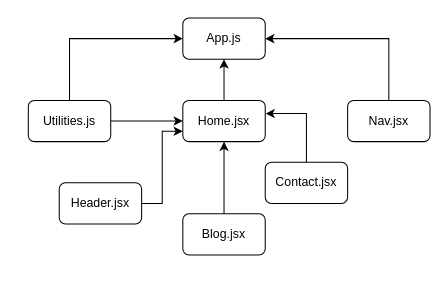
Earlier version of the draw.io diagram webpack/Untitled Diagram.drawio (nis6/Diagrams). Source tidied: cells renumbered, new cells numbered last; positions are measured from the earlier drawing's top-left corner, leaving out a move shared by most shapes. Both pictures are drawn from the tidied source at 103%, with x=0, y=0 at pixel (28, 18).
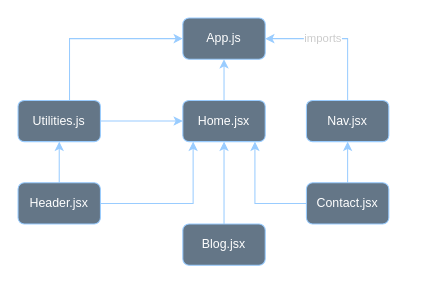
The same page after the edit.

Change to the diagram source:
```diff
@@
-    <mxCell id="2" style="edgeStyle=orthogonalEdgeStyle;rounded=0;jettySize=auto;html=1;entryX=0;entryY=0.5;entryDx=0;entryDy=0;" parent="1" edge="1" source="7" target="5">
+    <mxCell id="2" style="edgeStyle=orthogonalEdgeStyle;rounded=0;jettySize=auto;html=1;entryX=0;entryY=0.5;entryDx=0;entryDy=0;strokeColor=#99CCFF;fontColor=#5C5C5C;fillColor=#647687;" parent="1" edge="1" source="7" target="5">
       <mxGeometry relative="1" as="geometry">
         <Array as="points">
           <mxPoint x="40" y="20" />
         </Array>
       </mxGeometry>
     </mxCell>
-    <mxCell id="3" style="edgeStyle=orthogonalEdgeStyle;rounded=0;jettySize=auto;html=1;" parent="1" edge="1" source="9" target="5">
+    <mxCell id="3" style="edgeStyle=orthogonalEdgeStyle;rounded=0;jettySize=auto;html=1;strokeColor=#99CCFF;fontColor=#5C5C5C;fillColor=#647687;" parent="1" edge="1" source="9" target="5">
       <mxGeometry relative="1" as="geometry" />
     </mxCell>
-    <mxCell id="4" style="edgeStyle=orthogonalEdgeStyle;rounded=0;jettySize=auto;html=1;" parent="1" edge="1" source="10" target="5">
+    <mxCell id="4" style="edgeStyle=orthogonalEdgeStyle;rounded=0;jettySize=auto;html=1;strokeColor=#99CCFF;fontColor=#5C5C5C;fillColor=#647687;" parent="1" edge="1" source="10" target="5">
       <mxGeometry relative="1" as="geometry">
         <Array as="points">
-          <mxPoint x="350" y="20" />
+          <mxPoint x="310" y="20" />
         </Array>
       </mxGeometry>
     </mxCell>
+    <mxCell id="16" value="imports" style="edgeLabel;html=1;align=center;verticalAlign=middle;fontColor=#CCCCCC;" parent="4" vertex="1">
+      <mxGeometry x="0.22" y="-1" relative="1" as="geometry" />
+    </mxCell>
-    <mxCell id="5" value="App.js" style="rounded=1;whiteSpace=wrap;html=1;" parent="1" vertex="1">
+    <mxCell id="5" value="App.js" style="rounded=1;whiteSpace=wrap;html=1;fillColor=#647687;strokeColor=#99CCFF;fontColor=#ffffff;" parent="1" vertex="1">
       <mxGeometry x="150" width="80" height="40" as="geometry" />
     </mxCell>
-    <mxCell id="6" style="edgeStyle=orthogonalEdgeStyle;rounded=0;jettySize=auto;html=1;" parent="1" edge="1" source="7" target="9">
+    <mxCell id="6" style="edgeStyle=orthogonalEdgeStyle;rounded=0;jettySize=auto;html=1;strokeColor=#99CCFF;fontColor=#5C5C5C;fillColor=#647687;" parent="1" edge="1" source="7" target="9">
       <mxGeometry relative="1" as="geometry" />
     </mxCell>
-    <mxCell id="7" value="Utilities.js" style="whiteSpace=wrap;html=1;rounded=1;" parent="1" vertex="1">
-      <mxGeometry y="80" width="80" height="40" as="geometry" />
+    <mxCell id="7" value="Utilities.js" style="whiteSpace=wrap;html=1;rounded=1;fillColor=#647687;strokeColor=#99CCFF;fontColor=#ffffff;" parent="1" vertex="1">
+      <mxGeometry x="-10" y="80" width="80" height="40" as="geometry" />
     </mxCell>
-    <mxCell id="8" style="edgeStyle=orthogonalEdgeStyle;rounded=0;jettySize=auto;html=1;" parent="1" edge="1" source="11" target="9">
+    <mxCell id="8" style="edgeStyle=orthogonalEdgeStyle;rounded=0;jettySize=auto;html=1;strokeColor=#99CCFF;fontColor=#5C5C5C;fillColor=#647687;" parent="1" edge="1" source="11" target="9">
       <mxGeometry relative="1" as="geometry" />
     </mxCell>
-    <mxCell id="9" value="Home.jsx" style="whiteSpace=wrap;html=1;rounded=1;" parent="1" vertex="1">
+    <mxCell id="9" value="Home.jsx" style="whiteSpace=wrap;html=1;rounded=1;fillColor=#647687;strokeColor=#99CCFF;fontColor=#ffffff;" parent="1" vertex="1">
       <mxGeometry x="150" y="80" width="80" height="40" as="geometry" />
     </mxCell>
-    <mxCell id="10" value="Nav.jsx" style="whiteSpace=wrap;html=1;rounded=1;" parent="1" vertex="1">
-      <mxGeometry x="310" y="80" width="80" height="40" as="geometry" />
+    <mxCell id="10" value="Nav.jsx" style="whiteSpace=wrap;html=1;rounded=1;fillColor=#647687;strokeColor=#99CCFF;fontColor=#ffffff;" parent="1" vertex="1">
+      <mxGeometry x="270" y="80" width="80" height="40" as="geometry" />
     </mxCell>
-    <mxCell id="11" value="Blog.jsx" style="rounded=1;whiteSpace=wrap;html=1;" parent="1" vertex="1">
-      <mxGeometry x="150" y="190" width="80" height="40" as="geometry" />
+    <mxCell id="11" value="Blog.jsx" style="rounded=1;whiteSpace=wrap;html=1;fillColor=#647687;strokeColor=#99CCFF;fontColor=#ffffff;" parent="1" vertex="1">
+      <mxGeometry x="150" y="200" width="80" height="40" as="geometry" />
     </mxCell>
-    <mxCell id="12" style="edgeStyle=orthogonalEdgeStyle;rounded=0;jettySize=auto;html=1;entryX=1.004;entryY=0.32;entryDx=0;entryDy=0;entryPerimeter=0;" parent="1" edge="1" source="13" target="9">
-      <mxGeometry relative="1" as="geometry" />
+    <mxCell id="12" style="edgeStyle=orthogonalEdgeStyle;rounded=0;jettySize=auto;html=1;strokeColor=#99CCFF;fontColor=#5C5C5C;fillColor=#647687;exitX=0;exitY=0.5;exitDx=0;exitDy=0;" parent="1" edge="1" source="13">
+      <mxGeometry relative="1" as="geometry">
+        <mxPoint x="220" y="120" as="targetPoint" />
+        <Array as="points">
+          <mxPoint x="220" y="180" />
+        </Array>
+      </mxGeometry>
     </mxCell>
+    <mxCell id="17" style="edgeStyle=orthogonalEdgeStyle;curved=0;rounded=1;sketch=0;jettySize=auto;html=1;fontColor=#CCCCCC;strokeColor=#99CCFF;fillColor=#21C0A5;" parent="1" edge="1" source="13" target="10">
+      <mxGeometry relative="1" as="geometry" />
+    </mxCell>
-    <mxCell id="13" value="Contact.jsx" style="rounded=1;whiteSpace=wrap;html=1;" parent="1" vertex="1">
-      <mxGeometry x="230" y="140" width="80" height="40" as="geometry" />
+    <mxCell id="13" value="Contact.jsx" style="rounded=1;whiteSpace=wrap;html=1;fillColor=#647687;strokeColor=#99CCFF;fontColor=#ffffff;" parent="1" vertex="1">
+      <mxGeometry x="270" y="160" width="80" height="40" as="geometry" />
     </mxCell>
-    <mxCell id="14" style="edgeStyle=orthogonalEdgeStyle;rounded=0;jettySize=auto;html=1;entryX=0;entryY=0.75;entryDx=0;entryDy=0;" parent="1" edge="1" source="15" target="9">
+    <mxCell id="14" style="edgeStyle=orthogonalEdgeStyle;rounded=0;jettySize=auto;html=1;entryX=0.125;entryY=1;entryDx=0;entryDy=0;strokeColor=#99CCFF;fontColor=#5C5C5C;fillColor=#647687;entryPerimeter=0;" parent="1" edge="1" source="15" target="9">
       <mxGeometry relative="1" as="geometry" />
     </mxCell>
+    <mxCell id="18" style="edgeStyle=orthogonalEdgeStyle;curved=0;rounded=1;sketch=0;jettySize=auto;html=1;fontColor=#CCCCCC;strokeColor=#99CCFF;fillColor=#21C0A5;" parent="1" edge="1" source="15" target="7">
+      <mxGeometry relative="1" as="geometry" />
+    </mxCell>
-    <mxCell id="15" value="Header.jsx" style="rounded=1;whiteSpace=wrap;html=1;" parent="1" vertex="1">
-      <mxGeometry x="30" y="160" width="80" height="40" as="geometry" />
+    <mxCell id="15" value="Header.jsx" style="rounded=1;whiteSpace=wrap;html=1;fillColor=#647687;strokeColor=#99CCFF;fontColor=#ffffff;" parent="1" vertex="1">
+      <mxGeometry x="-10" y="160" width="80" height="40" as="geometry" />
     </mxCell>
```
